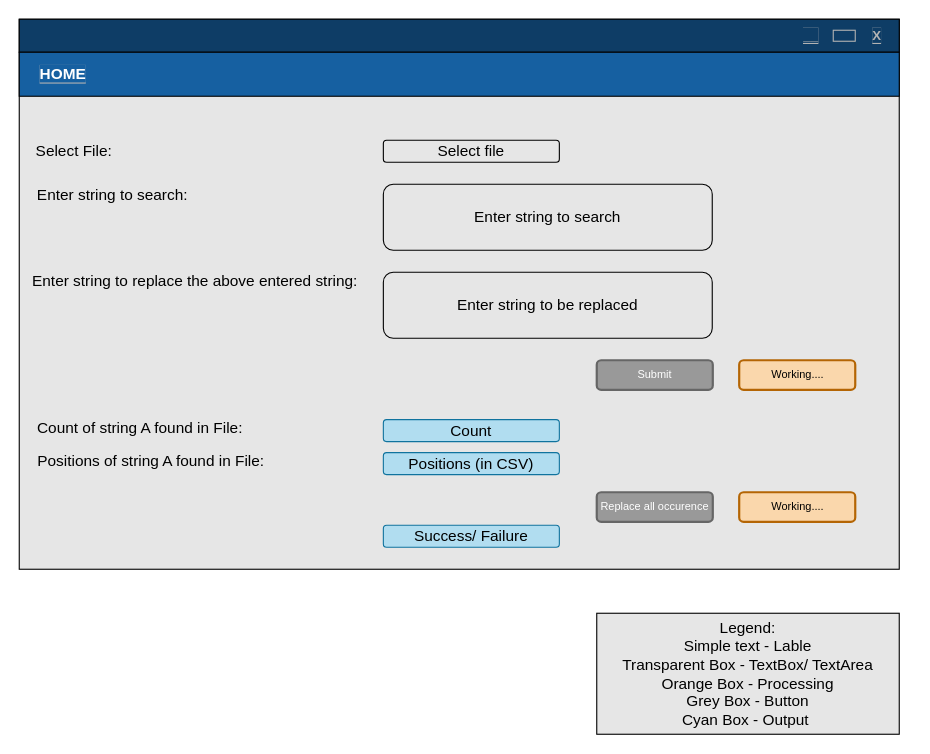
Above: Requirements/Untitled Diagram.drawio in SachBisht/MultiEditor (draw.io), before the change. Source tidied: cells renumbered, new cells numbered last; positions are measured from the earlier drawing's top-left corner, leaving out a move shared by most shapes. Both pictures are drawn from the tidied source at 110%, with x=0, y=0 at pixel (19, 19).
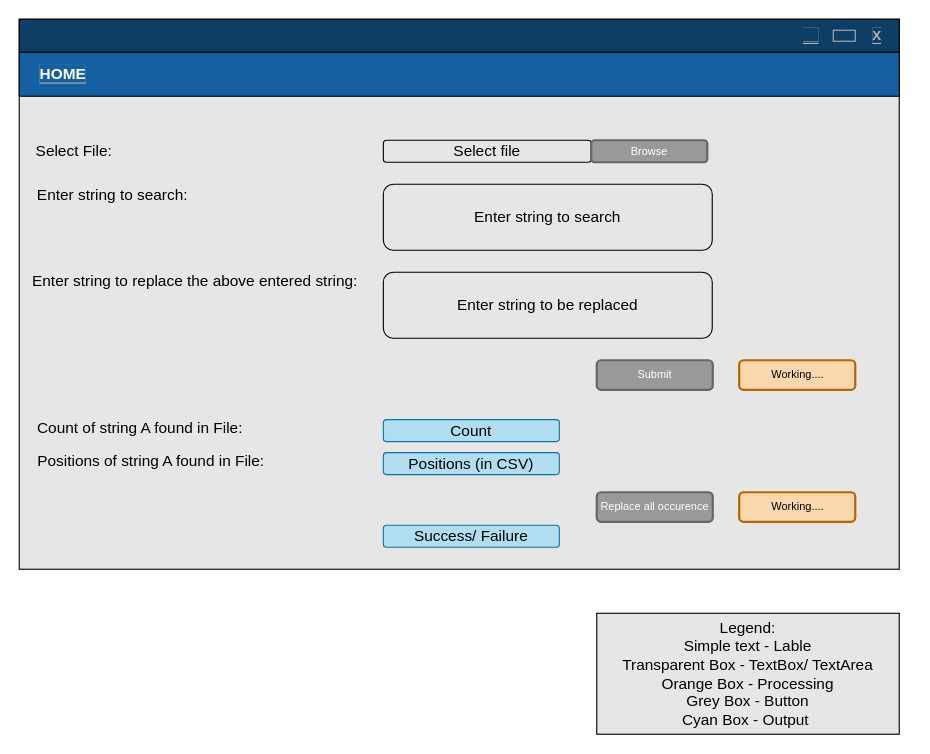
The same page after the edit.

Diff of the diagram source:
```diff
@@
     <mxCell id="10" value="Select file" style="rounded=1;whiteSpace=wrap;html=1;labelBackgroundColor=none;strokeWidth=1;fillColor=#E6E6E6;gradientColor=none;fontSize=14;fontColor=#000000;" parent="1" vertex="1">
-      <mxGeometry x="331" y="110" width="160" height="20" as="geometry" />
+      <mxGeometry x="331" y="110" width="189" height="20" as="geometry" />
     </mxCell>
@@
+    <mxCell id="25" value="Browse" style="rounded=1;html=1;shadow=0;dashed=0;whiteSpace=wrap;fontSize=10;fillColor=#999999;align=center;strokeColor=#666666;fontColor=#ffffff;strokeWidth=2;labelBackgroundColor=none;" parent="1" vertex="1">
+      <mxGeometry x="520" y="110" width="105.5" height="20" as="geometry" />
+    </mxCell>
```
